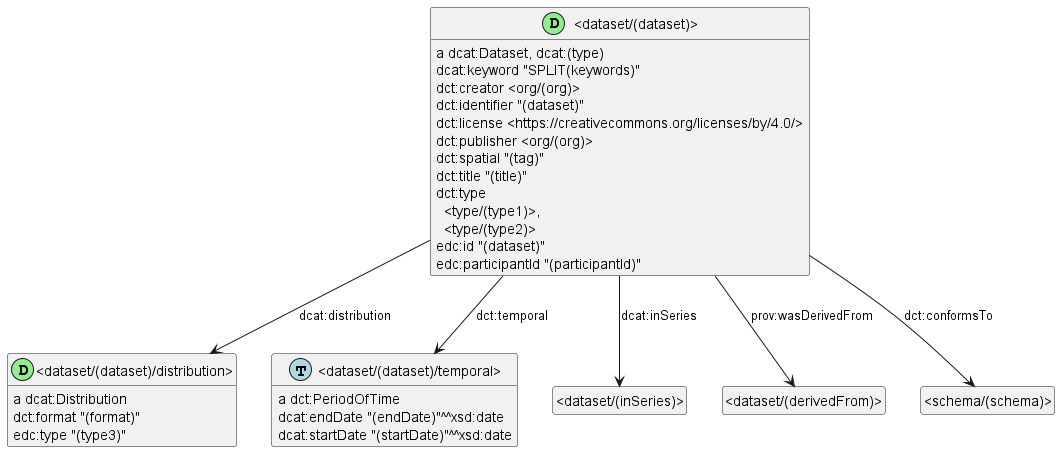
Before: dataset.png, a diagram exported from PlantUML (underpin-project/model).
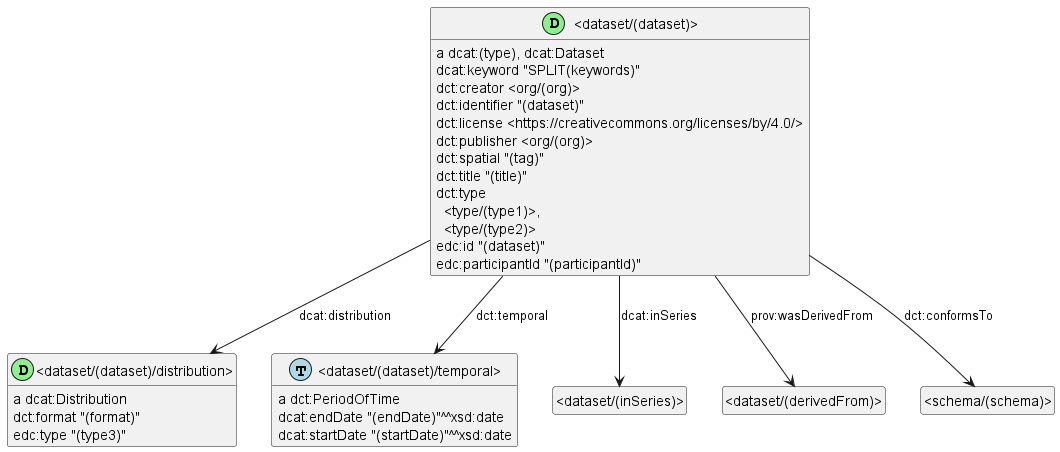
Later version of the same file.

The edit, as a diff of the source:
```diff
@@ -11,8 +11,10 @@
 class _dataset_dataset_temporal_ as "<dataset/(dataset)/temporal>"
 class _dataset_dataset_temporal_ <<(T,lightblue)>>
 show _dataset_dataset_temporal_ circle
-_dataset_dataset_ : {field} a dcat:Dataset, dcat:(type)
-_dataset_dataset_ -down-> _dataset_dataset_distribution_ : dcat:distribution
+_dataset_dataset_distribution_ : {field} a dcat:Distribution
+_dataset_dataset_distribution_ : {field} dct:format "(format)"
+_dataset_dataset_distribution_ : {field} edc:type "(type3)"
+_dataset_dataset_ : {field} a dcat:(type), dcat:Dataset
 class _dataset_inSeries_ as "<dataset/(inSeries)>"
 _dataset_dataset_ -down-> _dataset_inSeries_ : dcat:inSeries
 class _dataset_derivedFrom_ as "<dataset/(derivedFrom)>"
@@ -20,6 +22,7 @@
 class _schema_schema_ as "<schema/(schema)>"
 _dataset_dataset_ -down-> _schema_schema_ : dct:conformsTo
 _dataset_dataset_ -down-> _dataset_dataset_temporal_ : dct:temporal
+_dataset_dataset_ -down-> _dataset_dataset_distribution_ : dcat:distribution
 _dataset_dataset_ : {field} dcat:keyword "SPLIT(keywords)"
 _dataset_dataset_ : {field} dct:creator <org/(org)>
 _dataset_dataset_ : {field} dct:identifier "(dataset)"
@@ -33,7 +36,4 @@
 _dataset_dataset_temporal_ : {field} a dct:PeriodOfTime
 _dataset_dataset_temporal_ : {field} dcat:endDate "(endDate)"^^xsd:date
 _dataset_dataset_temporal_ : {field} dcat:startDate "(startDate)"^^xsd:date
-_dataset_dataset_distribution_ : {field} a dcat:Distribution
-_dataset_dataset_distribution_ : {field} dct:format "(format)"
-_dataset_dataset_distribution_ : {field} edc:type "(type3)"
 @enduml
```
